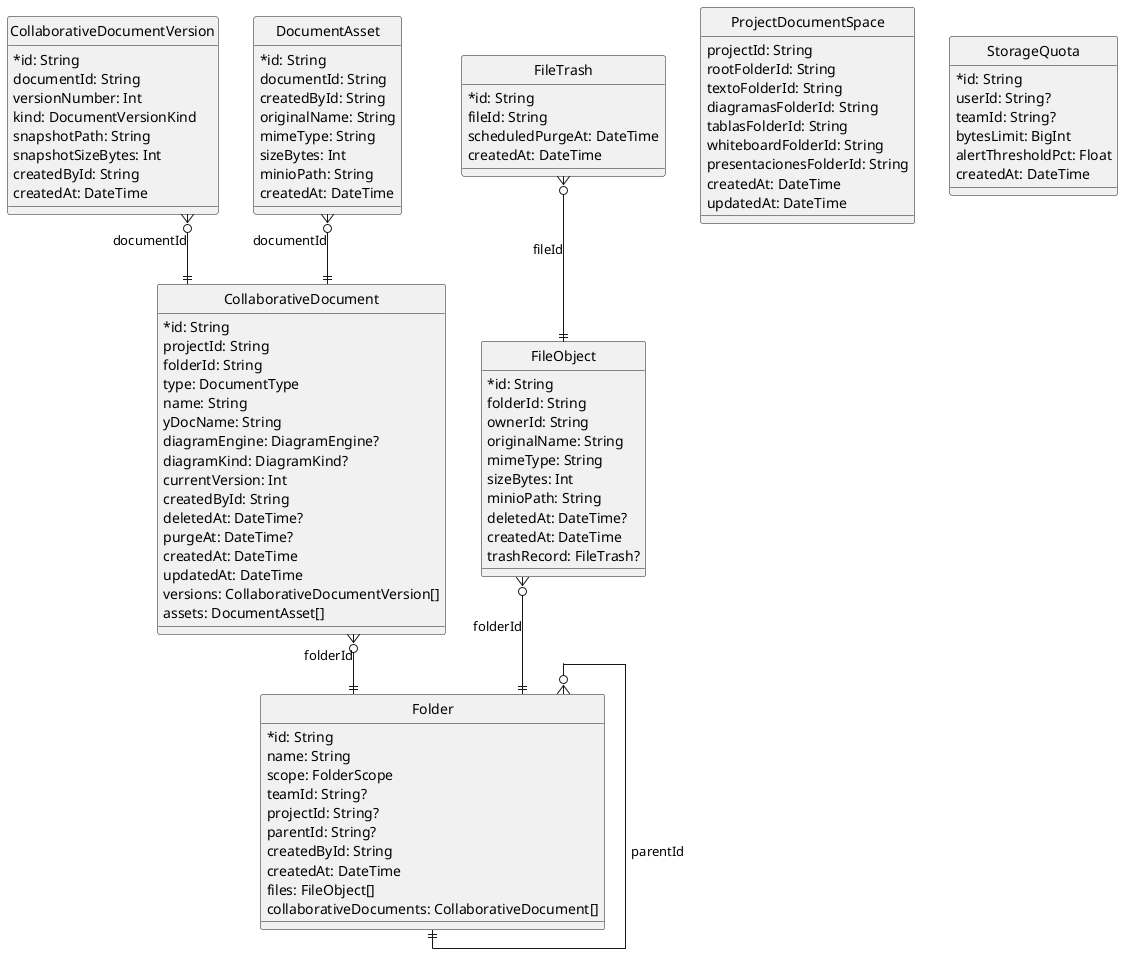
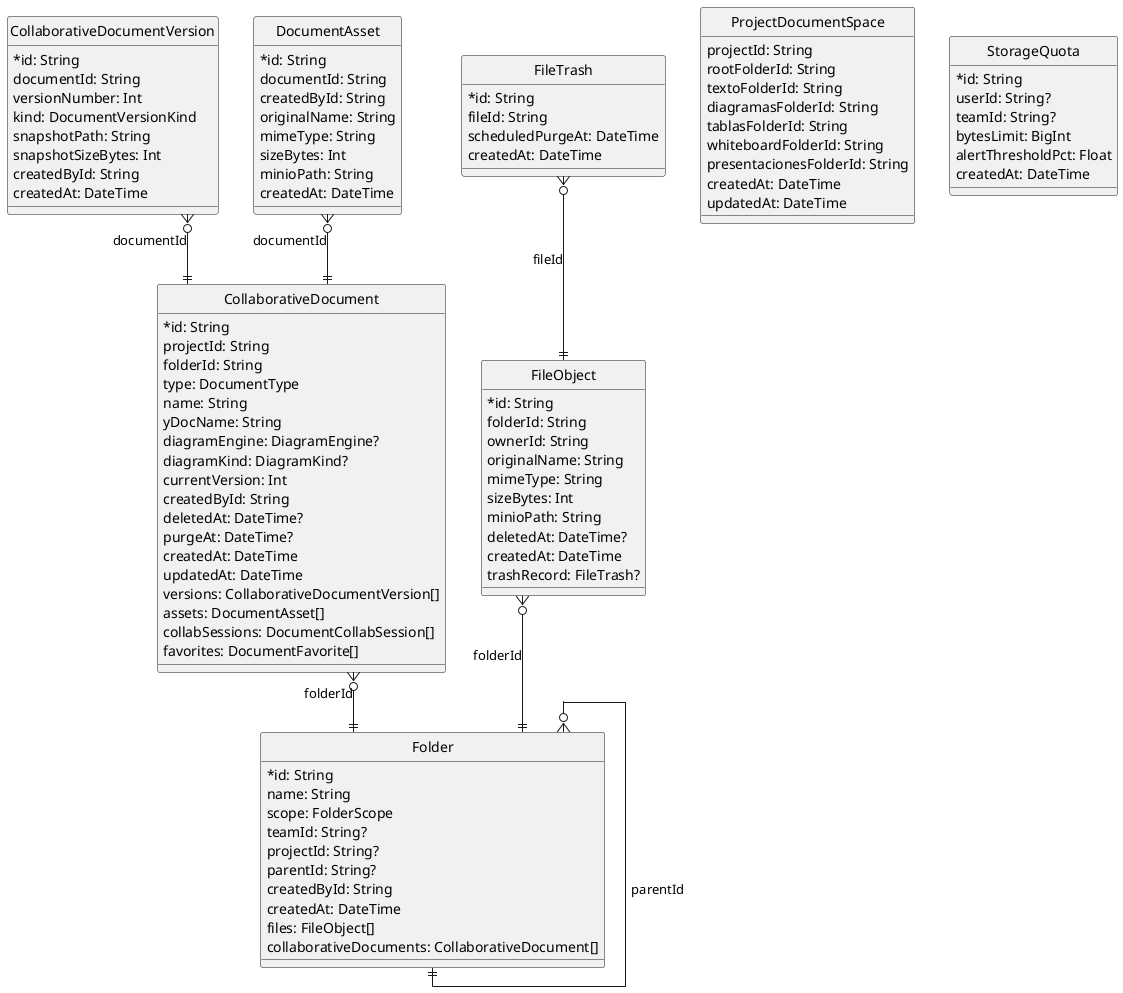
@startuml
hide circle
skinparam linetype ortho
skinparam classAttributeIconSize 0

entity "Folder" as Folder {
  * id: String
    name: String
    scope: FolderScope
    teamId: String?
    projectId: String?
    parentId: String?
    createdById: String
    createdAt: DateTime
    files: FileObject[]
    collaborativeDocuments: CollaborativeDocument[]
}

entity "ProjectDocumentSpace" as ProjectDocumentSpace {
    projectId: String
    rootFolderId: String
    textoFolderId: String
    diagramasFolderId: String
    tablasFolderId: String
    whiteboardFolderId: String
    presentacionesFolderId: String
    createdAt: DateTime
    updatedAt: DateTime
}

entity "CollaborativeDocument" as CollaborativeDocument {
  * id: String
    projectId: String
    folderId: String
    type: DocumentType
    name: String
    yDocName: String
    diagramEngine: DiagramEngine?
    diagramKind: DiagramKind?
    currentVersion: Int
    createdById: String
    deletedAt: DateTime?
    purgeAt: DateTime?
    createdAt: DateTime
    updatedAt: DateTime
    versions: CollaborativeDocumentVersion[]
    assets: DocumentAsset[]
+     collabSessions: DocumentCollabSession[]
+     favorites: DocumentFavorite[]
}

entity "CollaborativeDocumentVersion" as CollaborativeDocumentVersion {
  * id: String
    documentId: String
    versionNumber: Int
    kind: DocumentVersionKind
    snapshotPath: String
    snapshotSizeBytes: Int
    createdById: String
    createdAt: DateTime
}

entity "DocumentAsset" as DocumentAsset {
  * id: String
    documentId: String
    createdById: String
    originalName: String
    mimeType: String
    sizeBytes: Int
    minioPath: String
    createdAt: DateTime
}

entity "FileObject" as FileObject {
  * id: String
    folderId: String
    ownerId: String
    originalName: String
    mimeType: String
    sizeBytes: Int
    minioPath: String
    deletedAt: DateTime?
    createdAt: DateTime
    trashRecord: FileTrash?
}

entity "FileTrash" as FileTrash {
  * id: String
    fileId: String
    scheduledPurgeAt: DateTime
    createdAt: DateTime
}

entity "StorageQuota" as StorageQuota {
  * id: String
    userId: String?
    teamId: String?
    bytesLimit: BigInt
    alertThresholdPct: Float
    createdAt: DateTime
}

Folder }o--|| Folder : parentId
CollaborativeDocument }o--|| Folder : folderId
CollaborativeDocumentVersion }o--|| CollaborativeDocument : documentId
DocumentAsset }o--|| CollaborativeDocument : documentId
FileObject }o--|| Folder : folderId
FileTrash }o--|| FileObject : fileId

@enduml
